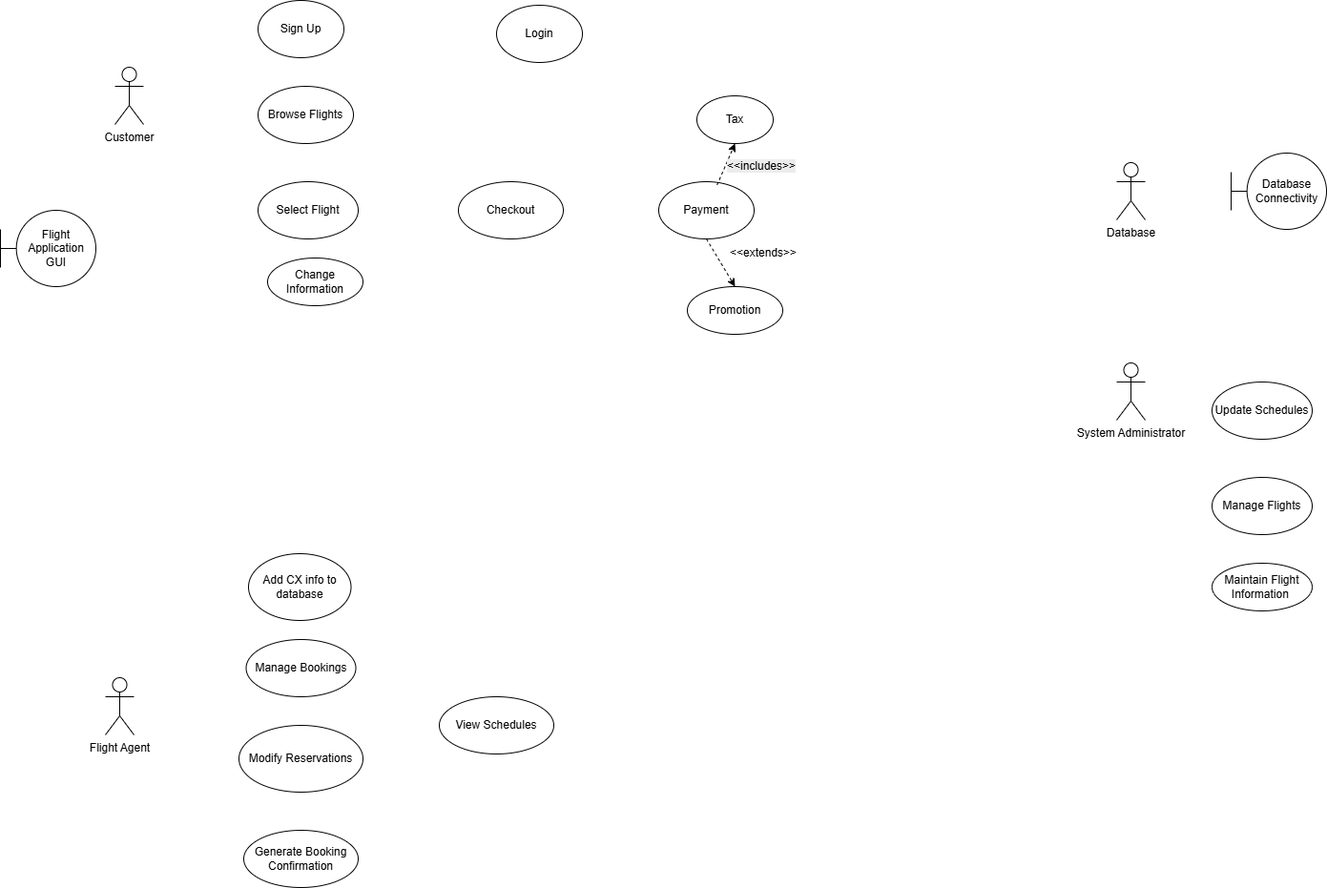
aditi-j25/ENSF_480_Term_project keeps this draw.io diagram as SystemUseCaseDiagram.drawio.png. Above is the earlier version. Source tidied: cells renumbered, new cells last; positions are measured from the earlier drawing's top-left corner, leaving out a move shared by most shapes.
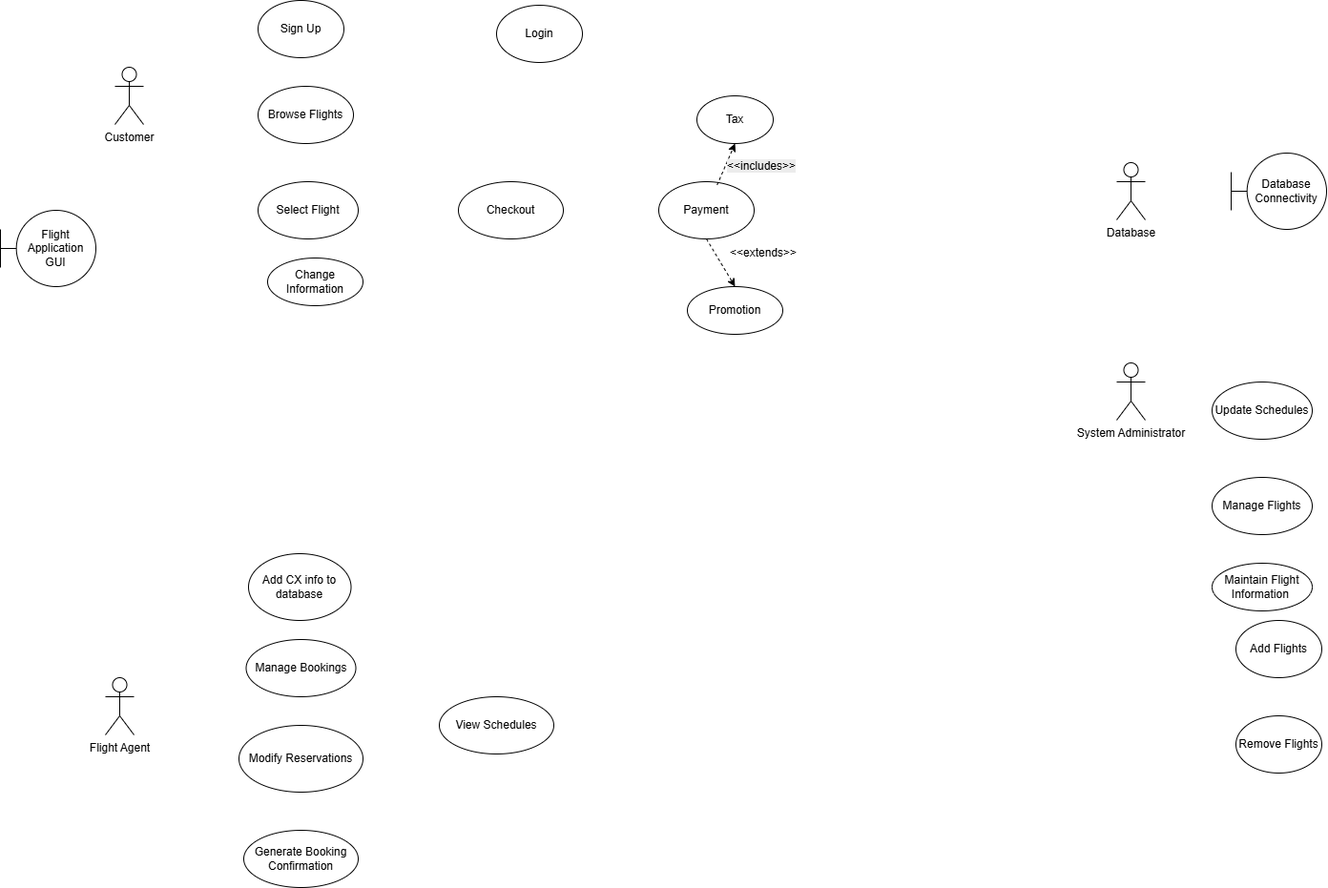
Above is the later version.

The edit, as a diff of the source:
```diff
@@ -83,5 +83,11 @@
     <mxCell id="28" value="&lt;span style=&quot;color: rgb(0, 0, 0); font-family: Helvetica; font-size: 12px; font-style: normal; font-variant-ligatures: normal; font-variant-caps: normal; font-weight: 400; letter-spacing: normal; orphans: 2; text-align: center; text-indent: 0px; text-transform: none; widows: 2; word-spacing: 0px; -webkit-text-stroke-width: 0px; white-space: normal; background-color: rgb(236, 236, 236); text-decoration-thickness: initial; text-decoration-style: initial; text-decoration-color: initial; float: none; display: inline !important;&quot;&gt;&amp;lt;&amp;lt;includes&amp;gt;&amp;gt;&lt;/span&gt;" style="text;whiteSpace=wrap;html=1;" parent="1" vertex="1">
       <mxGeometry x="760" y="160" width="100" height="40" as="geometry" />
     </mxCell>
+    <mxCell id="29" value="Add Flights" style="ellipse;whiteSpace=wrap;html=1;" parent="1" vertex="1">
+      <mxGeometry x="1295" y="650" width="90" height="60" as="geometry" />
+    </mxCell>
+    <mxCell id="30" value="Remove Flights" style="ellipse;whiteSpace=wrap;html=1;" parent="1" vertex="1">
+      <mxGeometry x="1295" y="750" width="90" height="60" as="geometry" />
+    </mxCell>
   </root>
 </mxGraphModel>
```
